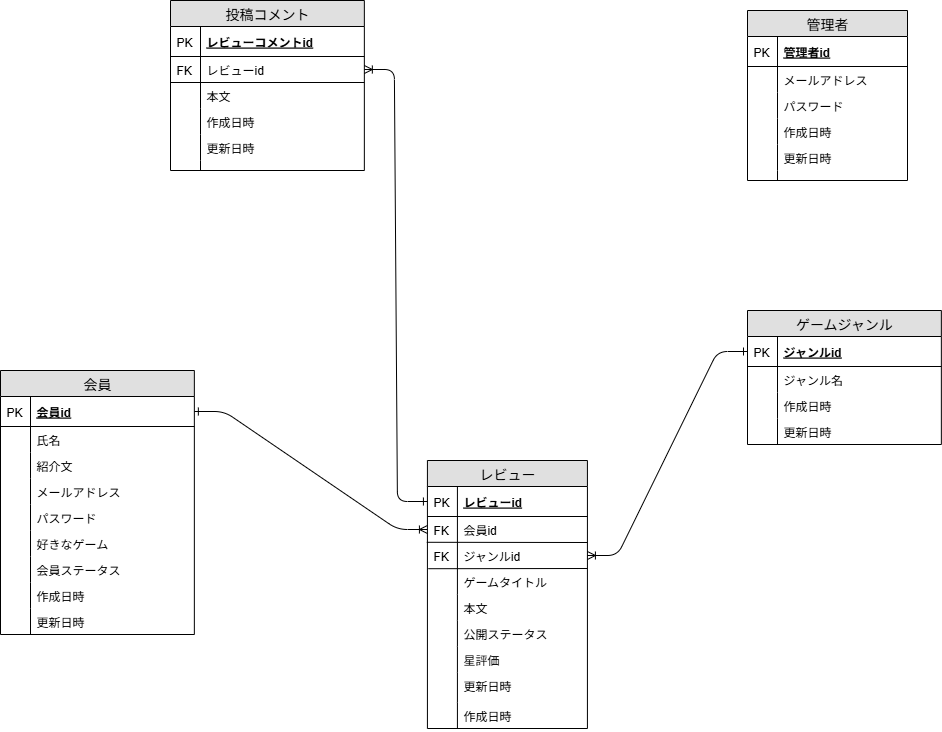
This is docs/images/GATS_ER図.drawio.png from zassi-17/GATS, a draw.io export, as it was before one commit. Source tidied: cells renumbered, new cells last; positions are measured from the earlier drawing's top-left corner, leaving out a move shared by most shapes.
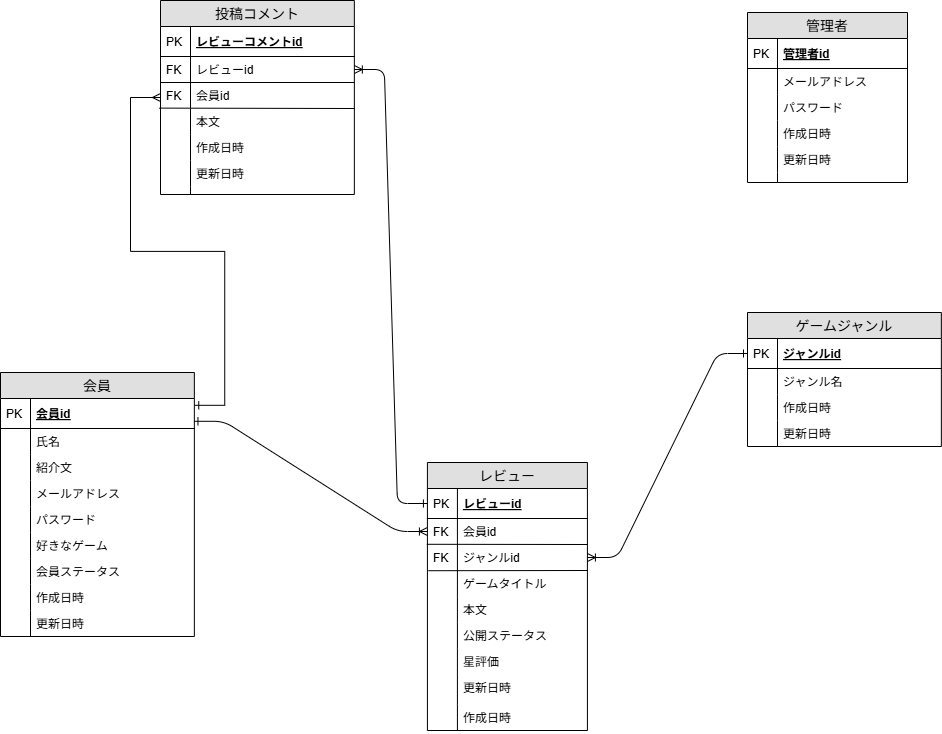
The same file after the commit.

What changed in the source:
```diff
@@ -172,7 +172,7 @@
       <mxGeometry width="30" height="10" as="geometry" />
     </mxCell>
     <mxCell id="57" value="投稿コメント" style="swimlane;fontStyle=0;horizontal=1;startSize=26;fillColor=#e0e0e0;swimlaneFillColor=#ffffff;align=center;fontSize=14;rounded=0;" parent="1" vertex="1">
-      <mxGeometry x="170" y="170" width="193.8" height="170" as="geometry" />
+      <mxGeometry x="160" y="168" width="193.8" height="194" as="geometry" />
     </mxCell>
     <mxCell id="58" value="レビューコメントid" style="shape=partialRectangle;top=0;left=0;right=0;bottom=1;align=left;verticalAlign=middle;fillColor=none;spacingLeft=34;spacingRight=4;overflow=hidden;fontStyle=5;fontSize=12;rounded=0;" parent="57" vertex="1">
       <mxGeometry y="26" width="193.8" height="30" as="geometry" />
@@ -186,35 +186,46 @@
     <mxCell id="61" value="FK" style="shape=partialRectangle;top=0;left=0;bottom=0;fillColor=none;align=left;verticalAlign=top;spacingLeft=4;spacingRight=4;overflow=hidden;fontSize=12;rounded=0;" parent="60" vertex="1">
       <mxGeometry width="30" height="26" as="geometry" />
     </mxCell>
+    <mxCell id="64" style="endArrow=none;html=1;rounded=0;" parent="57" edge="1">
+      <mxGeometry relative="1" as="geometry">
+        <mxPoint y="82" as="sourcePoint" />
+        <mxPoint x="193.9" y="82" as="targetPoint" />
+      </mxGeometry>
+    </mxCell>
+    <mxCell id="85" value="会員id" style="shape=partialRectangle;top=0;left=0;right=0;bottom=0;align=left;verticalAlign=top;fillColor=none;spacingLeft=34;spacingRight=4;overflow=hidden;fontSize=12;fontColor=#000000;rounded=0;" parent="57" vertex="1">
+      <mxGeometry y="82" width="193.8" height="26" as="geometry" />
+    </mxCell>
+    <mxCell id="86" value="FK" style="shape=partialRectangle;top=0;left=0;bottom=0;fillColor=none;align=left;verticalAlign=top;spacingLeft=4;spacingRight=4;overflow=hidden;fontSize=12;rounded=0;" parent="85" vertex="1">
+      <mxGeometry width="30" height="26" as="geometry" />
+    </mxCell>
     <mxCell id="62" value="本文" style="shape=partialRectangle;top=0;left=0;right=0;bottom=0;align=left;verticalAlign=top;fillColor=none;spacingLeft=34;spacingRight=4;overflow=hidden;points=[[0,0.5],[1,0.5]];portConstraint=eastwest;fontSize=12;fontColor=#000000;rounded=0;" parent="57" vertex="1">
-      <mxGeometry y="82" width="193.8" height="26" as="geometry" />
+      <mxGeometry y="108" width="193.8" height="26" as="geometry" />
     </mxCell>
     <mxCell id="63" style="shape=partialRectangle;top=0;left=0;bottom=0;fillColor=none;align=left;verticalAlign=top;spacingLeft=4;spacingRight=4;overflow=hidden;fontSize=12;rounded=0;" parent="62" vertex="1">
       <mxGeometry width="30" height="26" as="geometry" />
     </mxCell>
-    <mxCell id="64" style="endArrow=none;html=1;rounded=0;" parent="57" edge="1">
-      <mxGeometry relative="1" as="geometry">
-        <mxPoint y="82" as="sourcePoint" />
-        <mxPoint x="193.9" y="82" as="targetPoint" />
-      </mxGeometry>
-    </mxCell>
+    <mxCell id="87" style="endArrow=none;html=1;rounded=0;exitX=-0.006;exitY=-0.015;exitDx=0;exitDy=0;exitPerimeter=0;" parent="57" edge="1" source="62">
+      <mxGeometry relative="1" as="geometry">
+        <mxPoint x="193.9" y="108" as="targetPoint" />
+      </mxGeometry>
+    </mxCell>
     <mxCell id="65" value="作成日時" style="shape=partialRectangle;top=0;left=0;right=0;bottom=0;align=left;verticalAlign=top;fillColor=none;spacingLeft=34;spacingRight=4;overflow=hidden;fontSize=12;rounded=0;" parent="57" vertex="1">
-      <mxGeometry y="108" width="193.8" height="26" as="geometry" />
+      <mxGeometry y="134" width="193.8" height="26" as="geometry" />
     </mxCell>
     <mxCell id="66" style="shape=partialRectangle;top=0;left=0;bottom=0;fillColor=none;align=left;verticalAlign=top;spacingLeft=4;spacingRight=4;overflow=hidden;fontSize=12;rounded=0;" parent="65" vertex="1">
       <mxGeometry width="30" height="26" as="geometry" />
     </mxCell>
     <mxCell id="67" value="更新日時" style="shape=partialRectangle;top=0;left=0;right=0;bottom=0;align=left;verticalAlign=top;fillColor=none;spacingLeft=34;spacingRight=4;overflow=hidden;fontSize=12;rounded=0;" parent="57" vertex="1">
-      <mxGeometry y="134" width="193.8" height="26" as="geometry" />
+      <mxGeometry y="160" width="193.8" height="26" as="geometry" />
     </mxCell>
     <mxCell id="68" style="shape=partialRectangle;top=0;left=0;bottom=0;fillColor=none;align=left;verticalAlign=top;spacingLeft=4;spacingRight=4;overflow=hidden;fontSize=12;rounded=0;" parent="67" vertex="1">
       <mxGeometry width="30" height="26" as="geometry" />
     </mxCell>
     <mxCell id="69" style="shape=partialRectangle;top=0;left=0;right=0;bottom=0;align=left;verticalAlign=top;fillColor=none;spacingLeft=34;spacingRight=4;overflow=hidden;fontSize=12;rounded=0;" parent="57" vertex="1">
-      <mxGeometry y="160" width="193.8" height="10" as="geometry" />
+      <mxGeometry y="186" width="193.8" height="8" as="geometry" />
     </mxCell>
     <mxCell id="70" style="shape=partialRectangle;top=0;left=0;bottom=0;fillColor=none;align=left;verticalAlign=top;spacingLeft=4;spacingRight=4;overflow=hidden;fontSize=12;rounded=0;" parent="69" vertex="1">
-      <mxGeometry width="30" height="10" as="geometry" />
+      <mxGeometry width="30" height="8" as="geometry" />
     </mxCell>
     <mxCell id="71" value="ゲームジャンル" style="swimlane;fontStyle=0;horizontal=1;startSize=26;fillColor=#e0e0e0;swimlaneFillColor=#ffffff;align=center;fontSize=14;rounded=0;" parent="1" vertex="1">
       <mxGeometry x="747" y="480" width="193.8" height="134" as="geometry" />
@@ -249,7 +260,7 @@
     <mxCell id="81" style="shape=partialRectangle;top=0;left=0;bottom=0;fillColor=none;align=left;verticalAlign=top;spacingLeft=4;spacingRight=4;overflow=hidden;fontSize=12;rounded=0;" parent="80" vertex="1">
       <mxGeometry width="30" height="26" as="geometry" />
     </mxCell>
-    <mxCell id="82" style="edgeStyle=entityRelationEdgeStyle;fontSize=12;html=1;endArrow=ERoneToMany;entryX=0;entryY=0.5;entryDx=0;entryDy=0;startArrow=ERone;startFill=0;exitX=1;exitY=0.5;exitDx=0;exitDy=0;" parent="1" edge="1" source="3" target="26">
+    <mxCell id="82" style="edgeStyle=entityRelationEdgeStyle;fontSize=12;html=1;endArrow=ERoneToMany;entryX=0;entryY=0.5;entryDx=0;entryDy=0;startArrow=ERone;startFill=0;exitX=0.998;exitY=0.76;exitDx=0;exitDy=0;exitPerimeter=0;" parent="1" edge="1" source="3" target="26">
       <mxGeometry relative="1" as="geometry" />
     </mxCell>
     <mxCell id="83" style="edgeStyle=entityRelationEdgeStyle;fontSize=12;html=1;endArrow=ERoneToMany;entryX=1;entryY=0.5;entryDx=0;entryDy=0;startArrow=ERone;startFill=0;exitX=0;exitY=0.5;exitDx=0;exitDy=0;" parent="1" edge="1" source="72" target="29">
@@ -262,5 +273,13 @@
         </Array>
       </mxGeometry>
     </mxCell>
+    <mxCell id="88" style="edgeStyle=entityRelationEdgeStyle;rounded=0;jettySize=auto;html=1;endArrow=ERmany;endFill=0;startArrow=ERone;startFill=0;exitX=1.002;exitY=0.227;exitDx=0;exitDy=0;exitPerimeter=0;" parent="1" edge="1" source="3">
+      <mxGeometry relative="1" as="geometry">
+        <mxPoint x="160" y="265" as="targetPoint" />
+        <Array as="points">
+          <mxPoint x="260" y="500" />
+        </Array>
+      </mxGeometry>
+    </mxCell>
   </root>
 </mxGraphModel>
```
